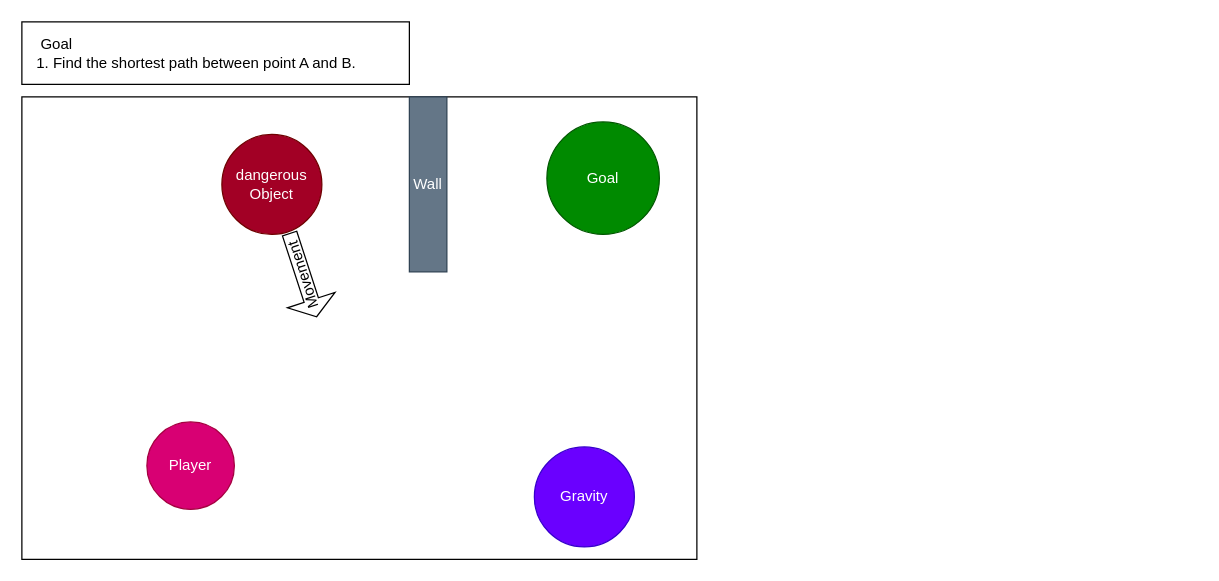
This is DynamicPathFinding.drawio from NihilisticMotif/Draw10SoftwarePlanning, a draw.io file, before an edit. Source tidied: cells renumbered, new cells numbered last; positions are measured from the earlier drawing's top-left corner, leaving out a move shared by most shapes. Both pictures are drawn from the tidied source at 125%, with x=0, y=0 at pixel (21, 21).
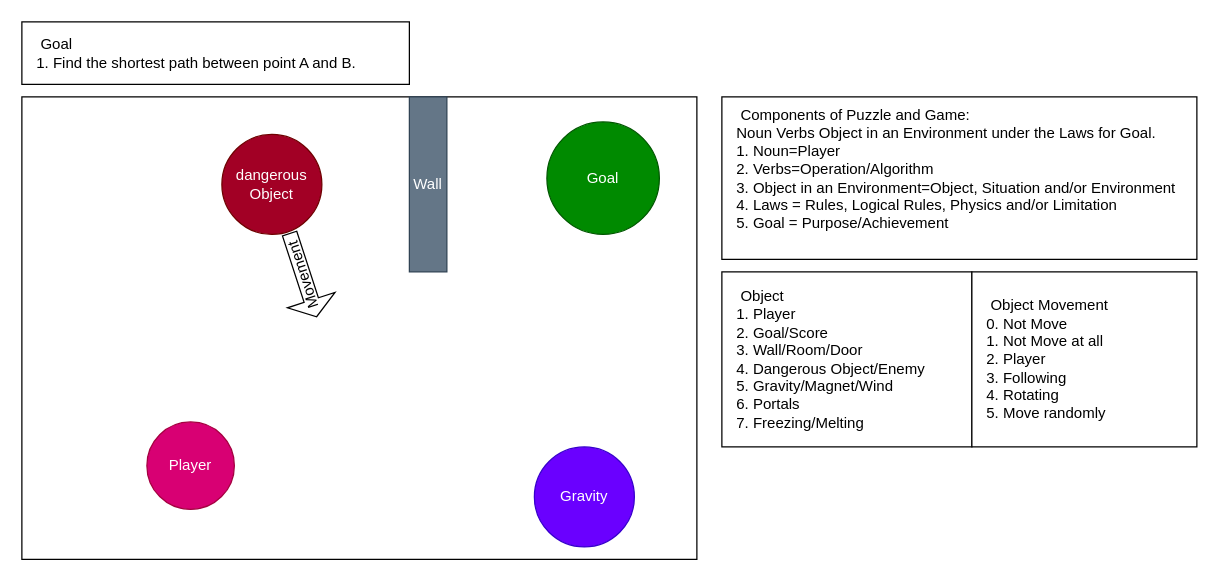
The same diagram, later.

What changed in the source:
```diff
@@
 <mxGraphModel>
   <root>
     <mxCell id="0" />
     <mxCell id="1" parent="0" />
     <mxCell id="2" value="&lt;span style=&quot;white-space: pre&quot;&gt; Goal&lt;br&gt;1. Find the shortest path between point A and B.&lt;br&gt;&lt;/span&gt;" style="rounded=0;whiteSpace=wrap;html=1;align=left;spacingLeft=10;" parent="1" vertex="1">
       <mxGeometry width="310" height="50" as="geometry" />
     </mxCell>
     <mxCell id="3" style="rounded=0;whiteSpace=wrap;html=1;align=left;spacingLeft=10;" parent="1" vertex="1">
       <mxGeometry y="60" width="540" height="370" as="geometry" />
     </mxCell>
     <mxCell id="4" value="Player" style="ellipse;whiteSpace=wrap;html=1;fillColor=#d80073;fontColor=#ffffff;strokeColor=#A50040;" parent="1" vertex="1">
       <mxGeometry x="100" y="320" width="70" height="70" as="geometry" />
     </mxCell>
     <mxCell id="5" value="Goal" style="ellipse;whiteSpace=wrap;html=1;fillColor=#008a00;fontColor=#ffffff;strokeColor=#005700;" parent="1" vertex="1">
       <mxGeometry x="420" y="80" width="90" height="90" as="geometry" />
     </mxCell>
     <mxCell id="6" value="dangerous Object" style="ellipse;whiteSpace=wrap;html=1;fillColor=#a20025;fontColor=#ffffff;strokeColor=#6F0000;" parent="1" vertex="1">
       <mxGeometry x="160" y="90" width="80" height="80" as="geometry" />
     </mxCell>
     <mxCell id="7" value="Movement" style="shape=singleArrow;direction=west;whiteSpace=wrap;html=1;rotation=-108;" parent="1" vertex="1">
       <mxGeometry x="190" y="182.6" width="70" height="40" as="geometry" />
     </mxCell>
     <mxCell id="8" value="Gravity" style="ellipse;whiteSpace=wrap;html=1;fillColor=#6a00ff;fontColor=#ffffff;strokeColor=#3700CC;" parent="1" vertex="1">
       <mxGeometry x="410" y="340" width="80" height="80" as="geometry" />
     </mxCell>
     <mxCell id="9" value="Wall" style="rounded=0;whiteSpace=wrap;html=1;fillColor=#647687;fontColor=#ffffff;strokeColor=#314354;" parent="1" vertex="1">
       <mxGeometry x="310" y="60" width="30" height="140" as="geometry" />
     </mxCell>
+    <mxCell id="10" value="&lt;span style=&quot;white-space: pre&quot;&gt; Components of Puzzle and Game:&lt;br&gt;Noun Verbs Object in an Environment under the Laws for Goal.&lt;br&gt;1. Noun=Player&lt;br&gt;2. Verbs=Operation/Algorithm&lt;br&gt;3. Object in an Environment=Object, Situation and/or Environment&lt;br&gt;4. Laws = Rules, Logical Rules, Physics and/or Limitation&lt;br&gt;5. Goal = Purpose/Achievement&lt;br&gt;&lt;br&gt;&lt;/span&gt;" style="rounded=0;whiteSpace=wrap;html=1;align=left;spacingLeft=10;" parent="1" vertex="1">
+      <mxGeometry x="560" y="60" width="380" height="130" as="geometry" />
+    </mxCell>
+    <mxCell id="11" value="&lt;span style=&quot;white-space: pre&quot;&gt; &lt;/span&gt;Object&lt;br&gt;1. Player&lt;br&gt;2. Goal/Score&lt;br&gt;3. Wall/Room/Door&lt;br&gt;4. Dangerous Object/Enemy&lt;br&gt;5. Gravity/Magnet/Wind&lt;br&gt;6. Portals&lt;br&gt;7. Freezing/Melting" style="rounded=0;whiteSpace=wrap;html=1;align=left;spacingLeft=10;" parent="1" vertex="1">
+      <mxGeometry x="560" y="200" width="200" height="140" as="geometry" />
+    </mxCell>
+    <mxCell id="12" value="&lt;span style=&quot;white-space: pre&quot;&gt; Object Movement&lt;br&gt;0. Not Move&lt;br&gt;1. Not Move at all&lt;br&gt;2. Player&lt;br&gt;3. Following&lt;br&gt;4. Rotating&lt;br&gt;5. Move randomly&lt;br&gt;&lt;/span&gt;" style="rounded=0;whiteSpace=wrap;html=1;align=left;spacingLeft=10;" parent="1" vertex="1">
+      <mxGeometry x="760" y="200" width="180" height="140" as="geometry" />
+    </mxCell>
   </root>
 </mxGraphModel>
```
